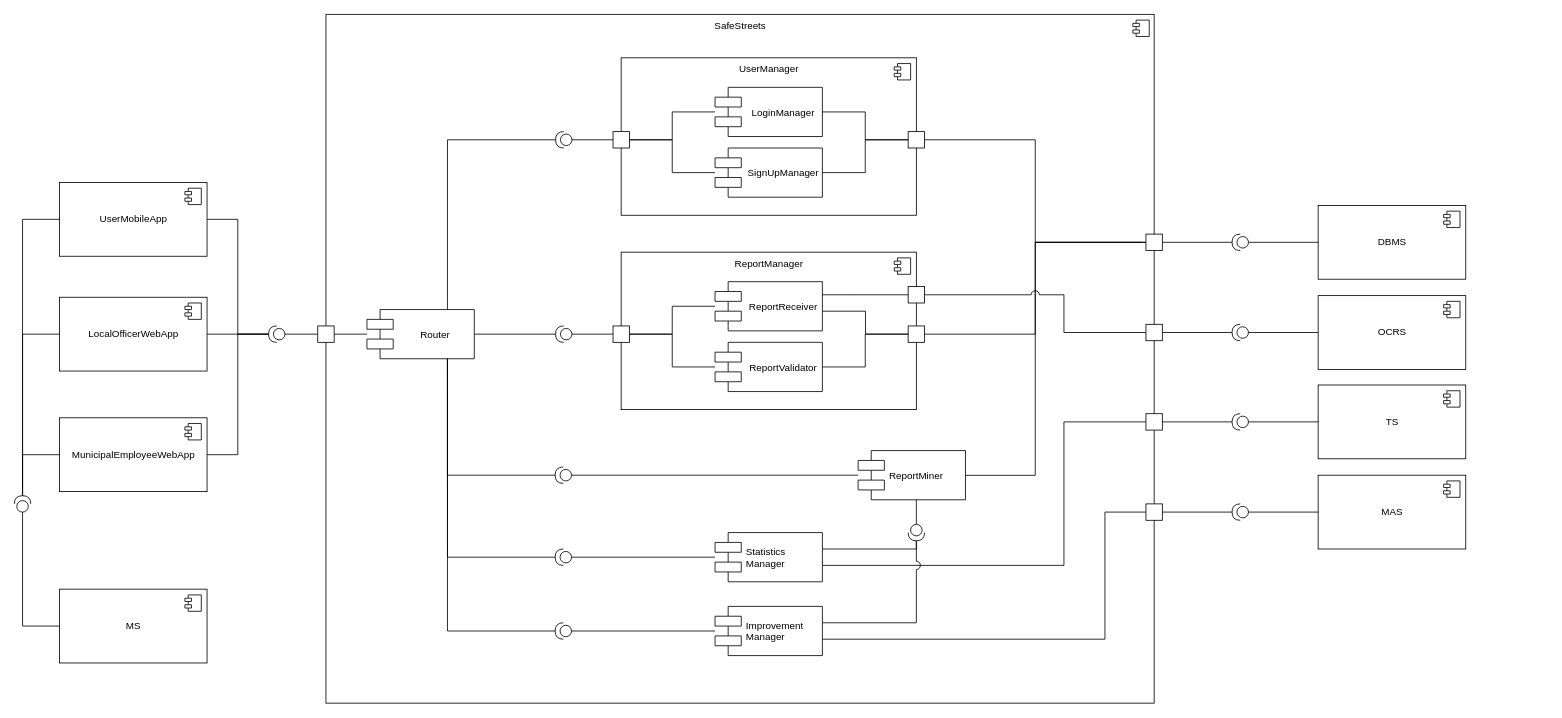
This is DD/ComponentDiagram.drawio from MarkNuar/Project_SE2, a draw.io file, before an edit. Source tidied: cells renumbered, new cells numbered last; positions are measured from the earlier drawing's top-left corner, leaving out a move shared by most shapes. Both pictures are drawn from the tidied source at 82%, with x=0, y=0 at pixel (14, 14).
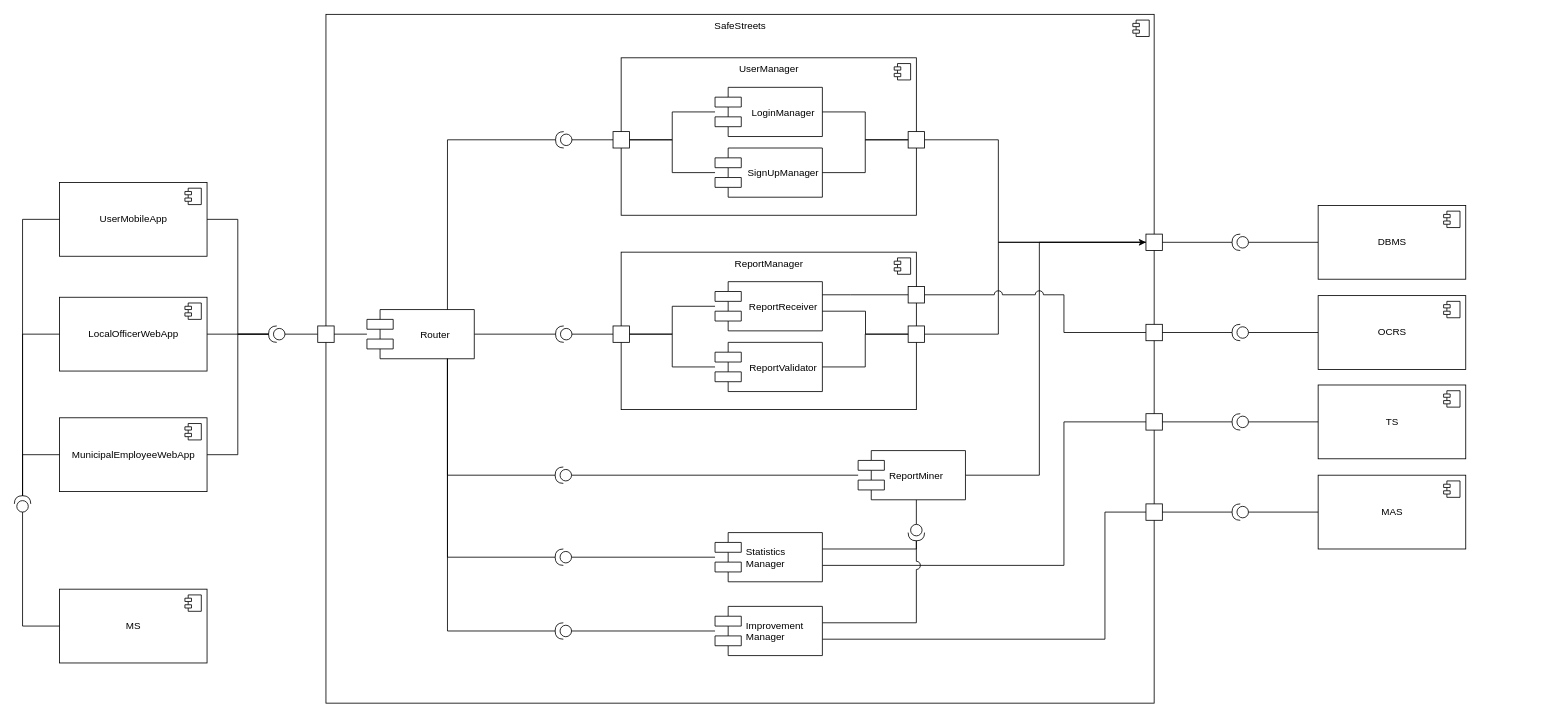
After the change.

The change refers to these unchanged cells:
```xml
<mxCell id="21" style="whiteSpace=wrap;html=1;" parent="1" vertex="1">
  <mxGeometry x="1090" y="143" width="20" height="20" as="geometry" />
</mxCell>
<mxCell id="37" style="whiteSpace=wrap;html=1;" parent="1" vertex="1">
  <mxGeometry x="1090" y="380" width="20" height="20" as="geometry" />
</mxCell>
<mxCell id="43" value="ReportMiner" style="shape=component;align=left;spacingLeft=36;" parent="1" vertex="1">
  <mxGeometry x="1029" y="532" width="130.9" height="60" as="geometry" />
</mxCell>
<mxCell id="69" style="whiteSpace=wrap;html=1;" parent="1" vertex="1">
  <mxGeometry x="1380" y="268" width="20" height="20" as="geometry" />
</mxCell>
```

Change to the diagram source:
```diff
@@
     <mxCell id="20" style="edgeStyle=orthogonalEdgeStyle;rounded=0;jumpStyle=none;jettySize=auto;html=1;entryX=0;entryY=0.5;entryDx=0;entryDy=0;endArrow=none;endFill=0;" parent="1" edge="1" source="21" target="69">
-      <mxGeometry relative="1" as="geometry" />
+      <mxGeometry relative="1" as="geometry">
+        <Array as="points">
+          <mxPoint x="1200" y="153" />
+          <mxPoint x="1200" y="278" />
+        </Array>
+      </mxGeometry>
     </mxCell>
@@
     <mxCell id="36" style="edgeStyle=orthogonalEdgeStyle;rounded=0;jumpStyle=none;jettySize=auto;html=1;entryX=0;entryY=0.5;entryDx=0;entryDy=0;endArrow=none;endFill=0;" parent="1" edge="1" source="37" target="69">
-      <mxGeometry relative="1" as="geometry" />
+      <mxGeometry relative="1" as="geometry">
+        <Array as="points">
+          <mxPoint x="1200" y="390" />
+          <mxPoint x="1200" y="278" />
+        </Array>
+      </mxGeometry>
     </mxCell>
@@
-    <mxCell id="41" style="edgeStyle=orthogonalEdgeStyle;rounded=0;jumpStyle=none;orthogonalLoop=1;jettySize=auto;html=1;entryX=0;entryY=0.5;entryDx=0;entryDy=0;endArrow=none;endFill=0;" parent="1" edge="1">
-      <mxGeometry relative="1" as="geometry">
-        <mxPoint x="1155" y="562.2" as="sourcePoint" />
-        <mxPoint x="1375.1" y="278.1" as="targetPoint" />
-        <Array as="points">
-          <mxPoint x="1245" y="562" />
-          <mxPoint x="1245" y="278" />
-        </Array>
-      </mxGeometry>
-    </mxCell>
@@
+    <mxCell id="104" style="edgeStyle=orthogonalEdgeStyle;rounded=0;jettySize=auto;html=1;entryX=0;entryY=0.5;entryDx=0;entryDy=0;" parent="1" edge="1" source="43" target="69">
+      <mxGeometry relative="1" as="geometry">
+        <Array as="points">
+          <mxPoint x="1250" y="562" />
+          <mxPoint x="1250" y="278" />
+        </Array>
+      </mxGeometry>
+    </mxCell>
```
